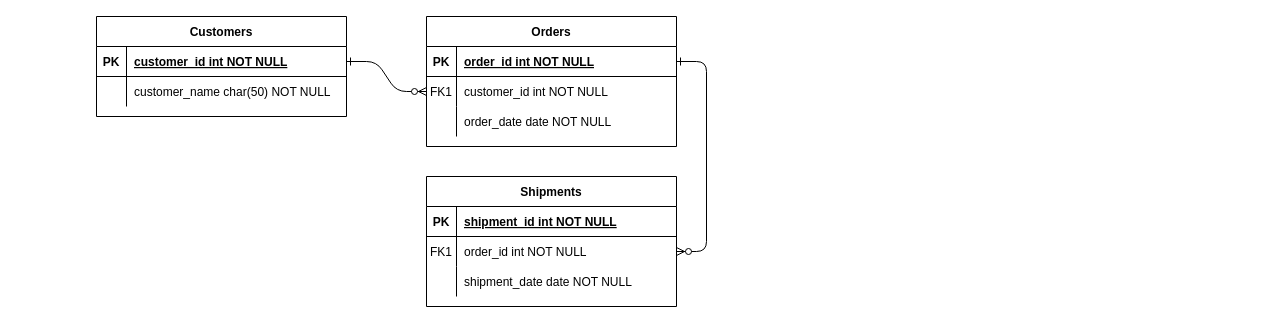
Before: Exercio-Construir-modelo_logico.drawio in marcos-renato/MODELOS-DRAWIO, a draw.io diagram. Source tidied: cells renumbered, new cells numbered last; positions are measured from the earlier drawing's top-left corner, leaving out a move shared by most shapes. Both pictures are drawn from the tidied source at 100%, with x=0, y=0 at pixel (96, 16).
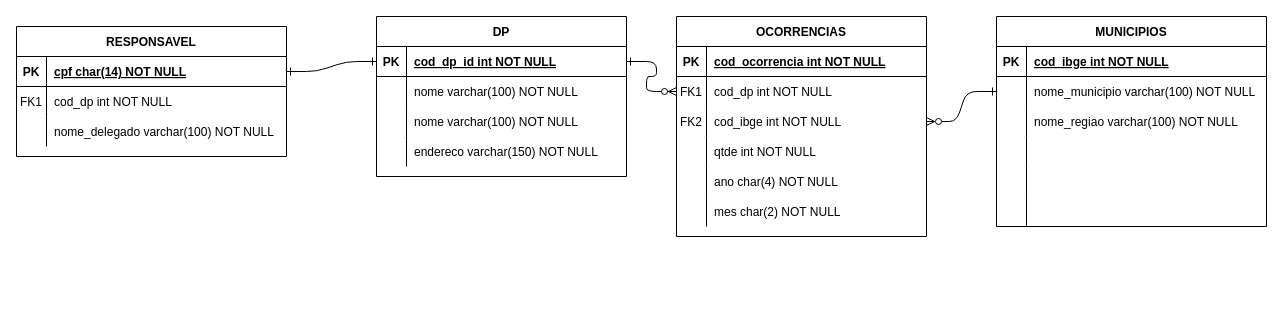
The same page after the edit.

Unchanged cells that the change refers to:
```xml
<mxCell id="5" style="shape=partialRectangle;fillColor=none;points=[[0,0.5],[1,0.5]];portConstraint=eastwest;top=0;left=0;right=0;bottom=1;" parent="4" vertex="1">
  <mxGeometry y="30" width="250" height="30" as="geometry" />
</mxCell>
<mxCell id="8" style="shape=partialRectangle;fillColor=none;points=[[0,0.5],[1,0.5]];portConstraint=eastwest;top=0;left=0;right=0;bottom=0;" parent="4" vertex="1">
  <mxGeometry y="60" width="250" height="30" as="geometry" />
</mxCell>
<mxCell id="11" style="shape=partialRectangle;fillColor=none;points=[[0,0.5],[1,0.5]];portConstraint=eastwest;top=0;left=0;right=0;bottom=0;" parent="4" vertex="1">
  <mxGeometry y="90" width="250" height="30" as="geometry" />
</mxCell>
<mxCell id="25" style="shape=partialRectangle;fillColor=none;points=[[0,0.5],[1,0.5]];portConstraint=eastwest;top=0;left=0;right=0;bottom=1;" parent="24" vertex="1">
  <mxGeometry y="30" width="250" height="30" as="geometry" />
</mxCell>
<mxCell id="28" style="shape=partialRectangle;fillColor=none;top=0;left=0;right=0;bottom=0;" parent="24" vertex="1">
  <mxGeometry y="60" width="250" height="30" as="geometry" />
</mxCell>
```

The edit, as a diff of the source:
```diff
@@
-    <mxCell id="3" style="edgeStyle=entityRelationEdgeStyle;endArrow=ERzeroToMany;startArrow=ERone;endFill=1;startFill=0;" parent="1" edge="1" source="5" target="18">
+    <mxCell id="3" style="edgeStyle=entityRelationEdgeStyle;endArrow=ERone;startArrow=ERzeroToMany;endFill=0;startFill=0;exitX=1;exitY=0.5;exitDx=0;exitDy=0;" parent="1" edge="1" source="11" target="18">
       <mxGeometry relative="1" as="geometry" />
     </mxCell>
-    <mxCell id="4" value="Orders" style="shape=table;startSize=30;childLayout=tableLayout;rowLines=0;fontStyle=1;align=center;" parent="1" vertex="1">
-      <mxGeometry x="330" width="250" height="130" as="geometry" />
+    <mxCell id="4" value="OCORRENCIAS" style="shape=table;startSize=30;childLayout=tableLayout;rowLines=0;fontStyle=1;align=center;" parent="1" vertex="1">
+      <mxGeometry x="580" width="250" height="220" as="geometry" />
     </mxCell>
@@
-    <mxCell id="7" value="order_id int NOT NULL " style="shape=partialRectangle;overflow=hidden;fillColor=none;top=0;left=0;bottom=0;right=0;align=left;spacingLeft=6;fontStyle=5;" parent="5" vertex="1">
+    <mxCell id="7" value="cod_ocorrencia int NOT NULL " style="shape=partialRectangle;overflow=hidden;fillColor=none;top=0;left=0;bottom=0;right=0;align=left;spacingLeft=6;fontStyle=5;" parent="5" vertex="1">
       <mxGeometry x="30" width="220" height="30" as="geometry" />
     </mxCell>
@@
-    <mxCell id="10" value="customer_id int NOT NULL" style="shape=partialRectangle;overflow=hidden;fillColor=none;top=0;left=0;bottom=0;right=0;align=left;spacingLeft=6;" parent="8" vertex="1">
+    <mxCell id="10" value="cod_dp int NOT NULL" style="shape=partialRectangle;overflow=hidden;fillColor=none;top=0;left=0;bottom=0;right=0;align=left;spacingLeft=6;" parent="8" vertex="1">
       <mxGeometry x="30" width="220" height="30" as="geometry" />
     </mxCell>
@@
-    <mxCell id="12" style="shape=partialRectangle;overflow=hidden;fillColor=none;top=0;left=0;bottom=0;right=0;" parent="11" vertex="1">
+    <mxCell id="12" value="FK2" style="shape=partialRectangle;overflow=hidden;fillColor=none;top=0;left=0;bottom=0;right=0;" parent="11" vertex="1">
       <mxGeometry width="30" height="30" as="geometry" />
     </mxCell>
-    <mxCell id="13" value="order_date date NOT NULL" style="shape=partialRectangle;overflow=hidden;fillColor=none;top=0;left=0;bottom=0;right=0;align=left;spacingLeft=6;" parent="11" vertex="1">
+    <mxCell id="13" value="cod_ibge int NOT NULL" style="shape=partialRectangle;overflow=hidden;fillColor=none;top=0;left=0;bottom=0;right=0;align=left;spacingLeft=6;" parent="11" vertex="1">
       <mxGeometry x="30" width="220" height="30" as="geometry" />
     </mxCell>
+    <mxCell id="31" style="shape=partialRectangle;fillColor=none;top=0;left=0;right=0;bottom=0;" parent="4" vertex="1">
+      <mxGeometry y="120" width="250" height="30" as="geometry" />
+    </mxCell>
+    <mxCell id="32" style="shape=partialRectangle;overflow=hidden;fillColor=none;top=0;left=0;bottom=0;right=0;" parent="31" vertex="1">
+      <mxGeometry width="30" height="30" as="geometry" />
+    </mxCell>
+    <mxCell id="33" value="qtde int NOT NULL" style="shape=partialRectangle;overflow=hidden;fillColor=none;top=0;left=0;bottom=0;right=0;align=left;spacingLeft=6;" parent="31" vertex="1">
+      <mxGeometry x="30" width="220" height="30" as="geometry" />
+    </mxCell>
+    <mxCell id="34" style="shape=partialRectangle;fillColor=none;top=0;left=0;right=0;bottom=0;" parent="4" vertex="1">
+      <mxGeometry y="150" width="250" height="30" as="geometry" />
+    </mxCell>
+    <mxCell id="35" style="shape=partialRectangle;overflow=hidden;fillColor=none;top=0;left=0;bottom=0;right=0;" parent="34" vertex="1">
+      <mxGeometry width="30" height="30" as="geometry" />
+    </mxCell>
+    <mxCell id="36" value="ano char(4) NOT NULL" style="shape=partialRectangle;overflow=hidden;fillColor=none;top=0;left=0;bottom=0;right=0;align=left;spacingLeft=6;" parent="34" vertex="1">
+      <mxGeometry x="30" width="220" height="30" as="geometry" />
+    </mxCell>
+    <mxCell id="37" style="shape=partialRectangle;fillColor=none;top=0;left=0;right=0;bottom=0;" parent="4" vertex="1">
+      <mxGeometry y="180" width="250" height="30" as="geometry" />
+    </mxCell>
+    <mxCell id="38" style="shape=partialRectangle;overflow=hidden;fillColor=none;top=0;left=0;bottom=0;right=0;" parent="37" vertex="1">
+      <mxGeometry width="30" height="30" as="geometry" />
+    </mxCell>
+    <mxCell id="39" value="mes char(2) NOT NULL" style="shape=partialRectangle;overflow=hidden;fillColor=none;top=0;left=0;bottom=0;right=0;align=left;spacingLeft=6;" parent="37" vertex="1">
+      <mxGeometry x="30" width="220" height="30" as="geometry" />
+    </mxCell>
-    <mxCell id="14" value="Shipments" style="shape=table;startSize=30;childLayout=tableLayout;rowLines=0;fontStyle=1;align=center;" parent="1" vertex="1">
-      <mxGeometry x="330" y="160" width="250" height="130" as="geometry" />
+    <mxCell id="14" value="MUNICIPIOS" style="shape=table;startSize=30;childLayout=tableLayout;rowLines=0;fontStyle=1;align=center;" parent="1" vertex="1">
+      <mxGeometry x="900" width="270" height="210" as="geometry" />
     </mxCell>
     <mxCell id="15" style="shape=partialRectangle;fillColor=none;top=0;left=0;right=0;bottom=1;" parent="14" vertex="1">
-      <mxGeometry y="30" width="250" height="30" as="geometry" />
+      <mxGeometry y="30" width="270" height="30" as="geometry" />
     </mxCell>
@@
-    <mxCell id="17" value="shipment_id int NOT NULL " style="shape=partialRectangle;overflow=hidden;fillColor=none;top=0;left=0;bottom=0;right=0;align=left;spacingLeft=6;fontStyle=5;" parent="15" vertex="1">
-      <mxGeometry x="30" width="220" height="30" as="geometry" />
+    <mxCell id="17" value="cod_ibge int NOT NULL " style="shape=partialRectangle;overflow=hidden;fillColor=none;top=0;left=0;bottom=0;right=0;align=left;spacingLeft=6;fontStyle=5;" parent="15" vertex="1">
+      <mxGeometry x="30" width="240" height="30" as="geometry" />
     </mxCell>
     <mxCell id="18" style="shape=partialRectangle;fillColor=none;points=[[0,0.5],[1,0.5]];portConstraint=eastwest;top=0;left=0;right=0;bottom=0;" parent="14" vertex="1">
-      <mxGeometry y="60" width="250" height="30" as="geometry" />
+      <mxGeometry y="60" width="270" height="30" as="geometry" />
     </mxCell>
-    <mxCell id="19" value="FK1" style="shape=partialRectangle;overflow=hidden;fillColor=none;top=0;left=0;bottom=0;right=0;" parent="18" vertex="1">
+    <mxCell id="19" style="shape=partialRectangle;overflow=hidden;fillColor=none;top=0;left=0;bottom=0;right=0;" parent="18" vertex="1">
       <mxGeometry width="30" height="30" as="geometry" />
     </mxCell>
-    <mxCell id="20" value="order_id int NOT NULL" style="shape=partialRectangle;overflow=hidden;fillColor=none;top=0;left=0;bottom=0;right=0;align=left;spacingLeft=6;" parent="18" vertex="1">
-      <mxGeometry x="30" width="220" height="30" as="geometry" />
+    <mxCell id="20" value="nome_municipio varchar(100) NOT NULL" style="shape=partialRectangle;overflow=hidden;fillColor=none;top=0;left=0;bottom=0;right=0;align=left;spacingLeft=6;" parent="18" vertex="1">
+      <mxGeometry x="30" width="240" height="30" as="geometry" />
     </mxCell>
     <mxCell id="21" style="shape=partialRectangle;fillColor=none;top=0;left=0;right=0;bottom=0;" parent="14" vertex="1">
-      <mxGeometry y="90" width="250" height="30" as="geometry" />
+      <mxGeometry y="90" width="270" height="30" as="geometry" />
     </mxCell>
@@
-    <mxCell id="23" value="shipment_date date NOT NULL" style="shape=partialRectangle;overflow=hidden;fillColor=none;top=0;left=0;bottom=0;right=0;align=left;spacingLeft=6;" parent="21" vertex="1">
-      <mxGeometry x="30" width="220" height="30" as="geometry" />
+    <mxCell id="23" value="nome_regiao varchar(100) NOT NULL" style="shape=partialRectangle;overflow=hidden;fillColor=none;top=0;left=0;bottom=0;right=0;align=left;spacingLeft=6;" parent="21" vertex="1">
+      <mxGeometry x="30" width="240" height="30" as="geometry" />
     </mxCell>
+    <mxCell id="40" style="shape=partialRectangle;fillColor=none;top=0;left=0;right=0;bottom=0;" parent="14" vertex="1">
+      <mxGeometry y="120" width="270" height="30" as="geometry" />
+    </mxCell>
+    <mxCell id="41" style="shape=partialRectangle;overflow=hidden;fillColor=none;top=0;left=0;bottom=0;right=0;" parent="40" vertex="1">
+      <mxGeometry width="30" height="30" as="geometry" />
+    </mxCell>
+    <mxCell id="42" style="shape=partialRectangle;overflow=hidden;fillColor=none;top=0;left=0;bottom=0;right=0;align=left;spacingLeft=6;" parent="40" vertex="1">
+      <mxGeometry x="30" width="240" height="30" as="geometry" />
+    </mxCell>
+    <mxCell id="43" style="shape=partialRectangle;fillColor=none;top=0;left=0;right=0;bottom=0;" parent="14" vertex="1">
+      <mxGeometry y="150" width="270" height="30" as="geometry" />
+    </mxCell>
+    <mxCell id="44" style="shape=partialRectangle;overflow=hidden;fillColor=none;top=0;left=0;bottom=0;right=0;" parent="43" vertex="1">
+      <mxGeometry width="30" height="30" as="geometry" />
+    </mxCell>
+    <mxCell id="45" style="shape=partialRectangle;overflow=hidden;fillColor=none;top=0;left=0;bottom=0;right=0;align=left;spacingLeft=6;" parent="43" vertex="1">
+      <mxGeometry x="30" width="240" height="30" as="geometry" />
+    </mxCell>
+    <mxCell id="46" style="shape=partialRectangle;fillColor=none;top=0;left=0;right=0;bottom=0;" parent="14" vertex="1">
+      <mxGeometry y="180" width="270" height="30" as="geometry" />
+    </mxCell>
+    <mxCell id="47" style="shape=partialRectangle;overflow=hidden;fillColor=none;top=0;left=0;bottom=0;right=0;" parent="46" vertex="1">
+      <mxGeometry width="30" height="30" as="geometry" />
+    </mxCell>
+    <mxCell id="48" style="shape=partialRectangle;overflow=hidden;fillColor=none;top=0;left=0;bottom=0;right=0;align=left;spacingLeft=6;" parent="46" vertex="1">
+      <mxGeometry x="30" width="240" height="30" as="geometry" />
+    </mxCell>
-    <mxCell id="24" value="Customers" style="shape=table;startSize=30;childLayout=tableLayout;rowLines=0;fontStyle=1;align=center;" parent="1" vertex="1">
-      <mxGeometry width="250" height="100" as="geometry" />
+    <mxCell id="24" value="DP" style="shape=table;startSize=30;childLayout=tableLayout;rowLines=0;fontStyle=1;align=center;" parent="1" vertex="1">
+      <mxGeometry x="280" width="250" height="160" as="geometry" />
     </mxCell>
@@
-    <mxCell id="27" value="customer_id int NOT NULL " style="shape=partialRectangle;overflow=hidden;fillColor=none;top=0;left=0;bottom=0;right=0;align=left;spacingLeft=6;fontStyle=5;" parent="25" vertex="1">
+    <mxCell id="27" value="cod_dp_id int NOT NULL " style="shape=partialRectangle;overflow=hidden;fillColor=none;top=0;left=0;bottom=0;right=0;align=left;spacingLeft=6;fontStyle=5;" parent="25" vertex="1">
       <mxGeometry x="30" width="220" height="30" as="geometry" />
     </mxCell>
@@
-    <mxCell id="29" style="shape=partialRectangle;overflow=hidden;fillColor=none;top=0;left=0;bottom=0;right=0;" parent="28" vertex="1">
-      <mxGeometry width="30" height="30" as="geometry" />
-    </mxCell>
-    <mxCell id="30" value="customer_name char(50) NOT NULL" style="shape=partialRectangle;overflow=hidden;fillColor=none;top=0;left=0;bottom=0;right=0;align=left;spacingLeft=6;" parent="28" vertex="1">
-      <mxGeometry x="30" width="220" height="30" as="geometry" />
-    </mxCell>
+    <mxCell id="49" style="shape=partialRectangle;overflow=hidden;fillColor=none;top=0;left=0;bottom=0;right=0;" parent="28" vertex="1">
+      <mxGeometry width="30" height="30" as="geometry" />
+    </mxCell>
+    <mxCell id="50" value="nome varchar(100) NOT NULL" style="shape=partialRectangle;overflow=hidden;fillColor=none;top=0;left=0;bottom=0;right=0;align=left;spacingLeft=6;" parent="28" vertex="1">
+      <mxGeometry x="30" width="220" height="30" as="geometry" />
+    </mxCell>
+    <mxCell id="51" style="shape=partialRectangle;fillColor=none;top=0;left=0;right=0;bottom=0;" parent="24" vertex="1">
+      <mxGeometry y="90" width="250" height="30" as="geometry" />
+    </mxCell>
+    <mxCell id="52" style="shape=partialRectangle;overflow=hidden;fillColor=none;top=0;left=0;bottom=0;right=0;" parent="51" vertex="1">
+      <mxGeometry width="30" height="30" as="geometry" />
+    </mxCell>
+    <mxCell id="53" value="nome varchar(100) NOT NULL" style="shape=partialRectangle;overflow=hidden;fillColor=none;top=0;left=0;bottom=0;right=0;align=left;spacingLeft=6;" parent="51" vertex="1">
+      <mxGeometry x="30" width="220" height="30" as="geometry" />
+    </mxCell>
+    <mxCell id="54" style="shape=partialRectangle;fillColor=none;top=0;left=0;right=0;bottom=0;" parent="24" vertex="1">
+      <mxGeometry y="120" width="250" height="30" as="geometry" />
+    </mxCell>
+    <mxCell id="55" style="shape=partialRectangle;overflow=hidden;fillColor=none;top=0;left=0;bottom=0;right=0;" parent="54" vertex="1">
+      <mxGeometry width="30" height="30" as="geometry" />
+    </mxCell>
+    <mxCell id="56" value="endereco varchar(150) NOT NULL" style="shape=partialRectangle;overflow=hidden;fillColor=none;top=0;left=0;bottom=0;right=0;align=left;spacingLeft=6;" parent="54" vertex="1">
+      <mxGeometry x="30" width="220" height="30" as="geometry" />
+    </mxCell>
+    <mxCell id="57" value="RESPONSAVEL" style="shape=table;startSize=30;childLayout=tableLayout;rowLines=0;fontStyle=1;align=center;" parent="1" vertex="1">
+      <mxGeometry x="-80" y="10" width="270" height="130" as="geometry" />
+    </mxCell>
+    <mxCell id="58" style="shape=partialRectangle;fillColor=none;points=[[0,0.5],[1,0.5]];portConstraint=eastwest;top=0;left=0;right=0;bottom=1;" parent="57" vertex="1">
+      <mxGeometry y="30" width="270" height="30" as="geometry" />
+    </mxCell>
+    <mxCell id="59" value="PK" style="shape=partialRectangle;overflow=hidden;fillColor=none;top=0;left=0;bottom=0;right=0;fontStyle=1;" parent="58" vertex="1">
+      <mxGeometry width="30" height="30" as="geometry" />
+    </mxCell>
+    <mxCell id="60" value="cpf char(14) NOT NULL " style="shape=partialRectangle;overflow=hidden;fillColor=none;top=0;left=0;bottom=0;right=0;align=left;spacingLeft=6;fontStyle=5;" parent="58" vertex="1">
+      <mxGeometry x="30" width="240" height="30" as="geometry" />
+    </mxCell>
+    <mxCell id="61" style="shape=partialRectangle;fillColor=none;top=0;left=0;right=0;bottom=0;" parent="57" vertex="1">
+      <mxGeometry y="60" width="270" height="30" as="geometry" />
+    </mxCell>
+    <mxCell id="62" value="FK1" style="shape=partialRectangle;overflow=hidden;fillColor=none;top=0;left=0;bottom=0;right=0;" parent="61" vertex="1">
+      <mxGeometry width="30" height="30" as="geometry" />
+    </mxCell>
+    <mxCell id="63" value="cod_dp int NOT NULL" style="shape=partialRectangle;overflow=hidden;fillColor=none;top=0;left=0;bottom=0;right=0;align=left;spacingLeft=6;" parent="61" vertex="1">
+      <mxGeometry x="30" width="240" height="30" as="geometry" />
+    </mxCell>
+    <mxCell id="64" style="shape=partialRectangle;fillColor=none;top=0;left=0;right=0;bottom=0;" parent="57" vertex="1">
+      <mxGeometry y="90" width="270" height="30" as="geometry" />
+    </mxCell>
+    <mxCell id="65" style="shape=partialRectangle;overflow=hidden;fillColor=none;top=0;left=0;bottom=0;right=0;" parent="64" vertex="1">
+      <mxGeometry width="30" height="30" as="geometry" />
+    </mxCell>
+    <mxCell id="66" value="nome_delegado varchar(100) NOT NULL" style="shape=partialRectangle;overflow=hidden;fillColor=none;top=0;left=0;bottom=0;right=0;align=left;spacingLeft=6;" parent="64" vertex="1">
+      <mxGeometry x="30" width="240" height="30" as="geometry" />
+    </mxCell>
+    <mxCell id="67" style="edgeStyle=entityRelationEdgeStyle;endArrow=ERone;startArrow=ERone;endFill=0;startFill=0;entryX=0;entryY=0.5;entryDx=0;entryDy=0;" parent="1" edge="1" source="58" target="25">
+      <mxGeometry relative="1" as="geometry" />
+    </mxCell>
```
